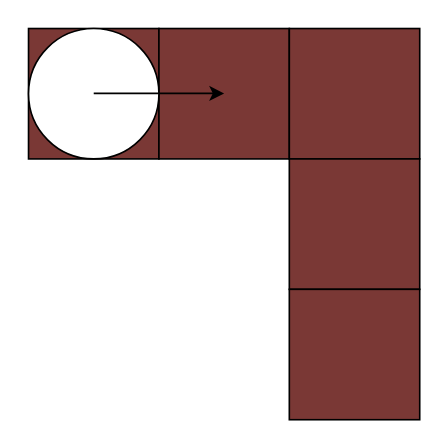
This is UMLdiagram.drawio from olliglorioso/datasets, a draw.io file, before an edit. Source tidied: cells renumbered, new cells numbered last; positions are measured from the earlier drawing's top-left corner, leaving out a move shared by most shapes. Both pictures are drawn from the tidied source at 163%, with x=0, y=0 at pixel (28, 28).
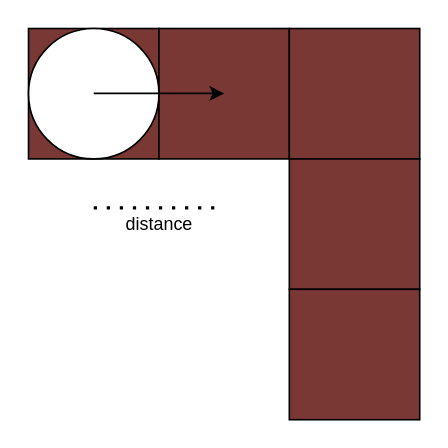
Above is the later version.

What changed in the source:
```diff
@@
 <mxGraphModel>
   <root>
     <mxCell id="0" />
     <mxCell id="1" parent="0" />
     <mxCell id="2" style="rounded=0;whiteSpace=wrap;html=1;fillColor=#7A3835;" parent="1" vertex="1">
       <mxGeometry width="80" height="80" as="geometry" />
     </mxCell>
     <mxCell id="3" style="rounded=0;whiteSpace=wrap;html=1;fillColor=#7A3835;" parent="1" vertex="1">
       <mxGeometry x="80" width="80" height="80" as="geometry" />
     </mxCell>
     <mxCell id="4" style="rounded=0;whiteSpace=wrap;html=1;fillColor=#7A3835;" parent="1" vertex="1">
       <mxGeometry x="160" width="80" height="80" as="geometry" />
     </mxCell>
     <mxCell id="5" style="rounded=0;whiteSpace=wrap;html=1;fillColor=#7A3835;" parent="1" vertex="1">
       <mxGeometry x="160" y="80" width="80" height="80" as="geometry" />
     </mxCell>
     <mxCell id="6" style="rounded=0;whiteSpace=wrap;html=1;fillColor=#7A3835;" parent="1" vertex="1">
       <mxGeometry x="160" y="160" width="80" height="80" as="geometry" />
     </mxCell>
     <mxCell id="7" style="ellipse;whiteSpace=wrap;html=1;" parent="1" vertex="1">
       <mxGeometry width="80" height="80" as="geometry" />
     </mxCell>
     <mxCell id="8" style="endArrow=classic;html=1;rounded=0;" parent="1" edge="1">
       <mxGeometry relative="1" as="geometry">
         <mxPoint x="40" y="39.8" as="sourcePoint" />
         <mxPoint x="120" y="39.8" as="targetPoint" />
       </mxGeometry>
     </mxCell>
+    <mxCell id="9" value="distance" style="endArrow=none;dashed=1;html=1;dashPattern=1 3;strokeWidth=2;rounded=0;" parent="1" edge="1">
+      <mxGeometry y="-10" relative="1" as="geometry">
+        <mxPoint x="40" y="110" as="sourcePoint" />
+        <mxPoint x="120" y="110" as="targetPoint" />
+      </mxGeometry>
+    </mxCell>
   </root>
 </mxGraphModel>
```
